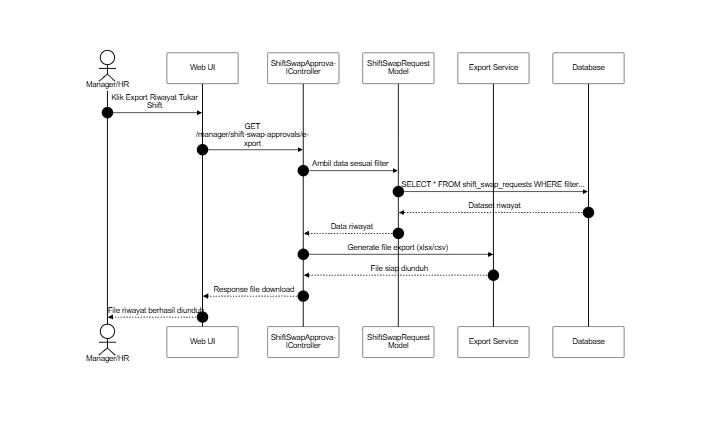
SulaimanHafi23/SimpegRSHDI keeps this Mermaid diagram as docs/SequenceDiagram/PNG_Transparent/KelolaTukarShift-Export.png. Above is the earlier version. Its source is kept beside it as docs/SequenceDiagram/KelolaTukarShift-Export.mermaid.
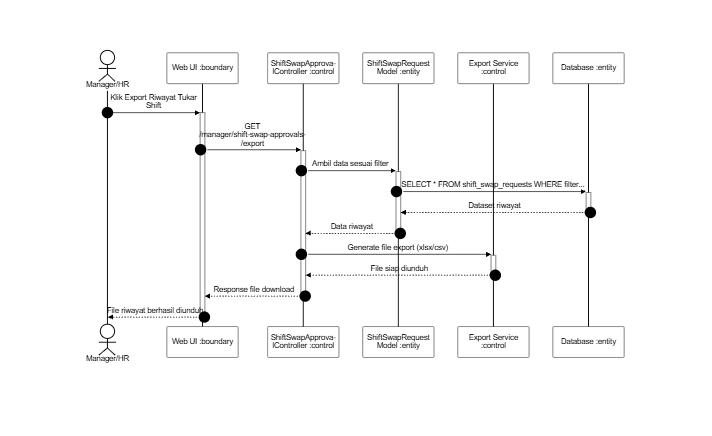
After the commit.

Diff of the diagram source:
```diff
@@ -6,19 +6,19 @@
 sequenceDiagram
     autonumber
     actor Mgr as Manager/HR
-    participant UI as Web UI
-    participant C as ShiftSwapApprovalController
-    participant R as ShiftSwapRequest Model
-    participant E as Export Service
-    participant DB as Database
+    participant UI as Web UI :boundary
+    participant C as ShiftSwapApprovalController :control
+    participant R as ShiftSwapRequest Model :entity
+    participant E as Export Service :control
+    participant DB as Database :entity
 
-    Mgr->>UI: Klik Export Riwayat Tukar Shift
-    UI->>C: GET /manager/shift-swap-approvals/export
-    C->>R: Ambil data sesuai filter
-    R->>DB: SELECT * FROM shift_swap_requests WHERE filter...
-    DB-->>R: Dataset riwayat
-    R-->>C: Data riwayat
-    C->>E: Generate file export (xlsx/csv)
-    E-->>C: File siap diunduh
-    C-->>UI: Response file download
-    UI-->>Mgr: File riwayat berhasil diunduh
+    Mgr->>+UI: Klik Export Riwayat Tukar Shift
+    UI->>+C: GET /manager/shift-swap-approvals/export
+    C->>+R: Ambil data sesuai filter
+    R->>+DB: SELECT * FROM shift_swap_requests WHERE filter...
+    DB-->>-R: Dataset riwayat
+    R-->>-C: Data riwayat
+    C->>+E: Generate file export (xlsx/csv)
+    E-->>-C: File siap diunduh
+    C-->>-UI: Response file download
+    UI-->>-Mgr: File riwayat berhasil diunduh
```
